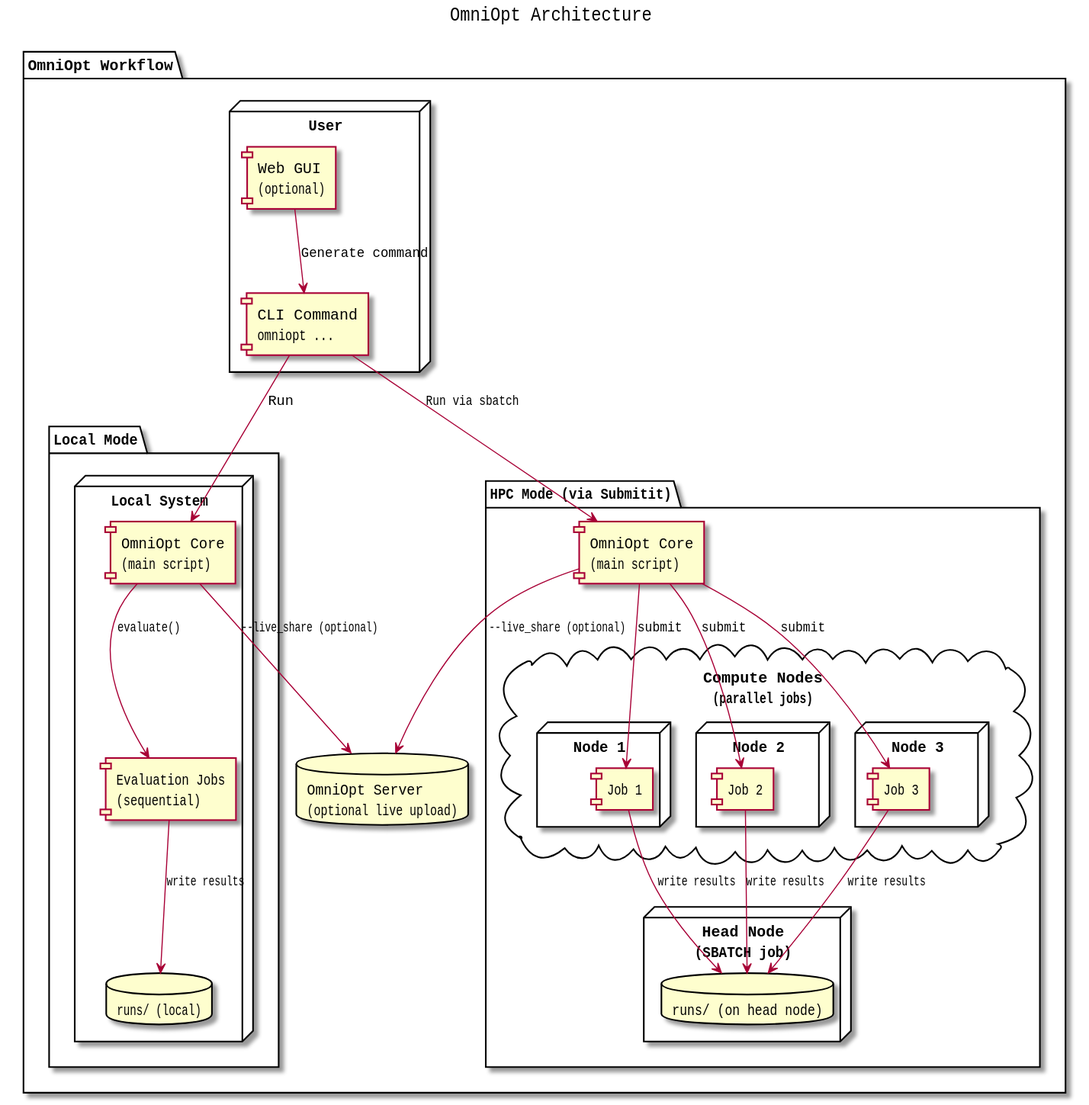
Above: .gui/documentation/architektur.svg in NormanTUD/OmniOpt (PlantUML), before the change.
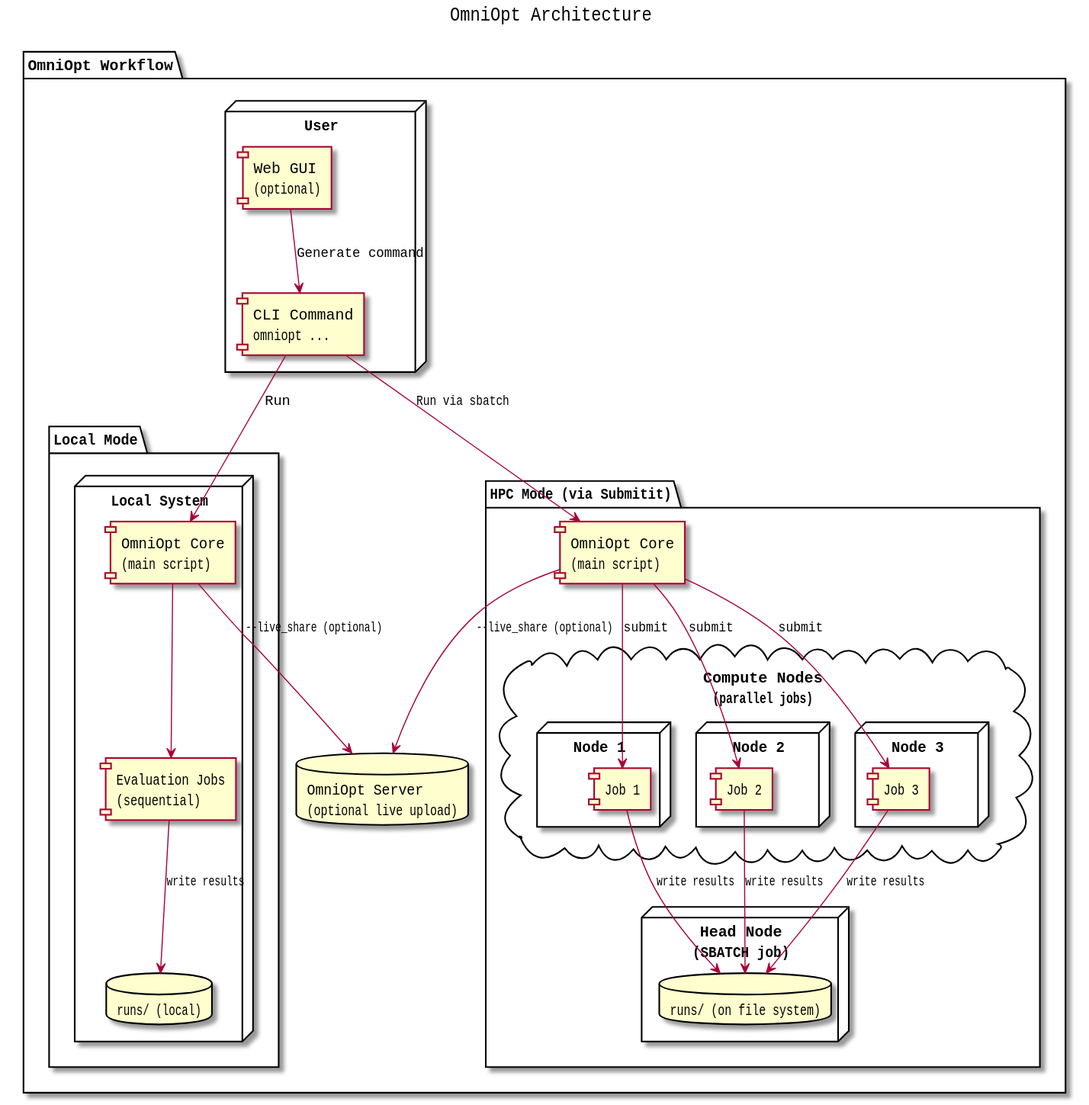
After the change.

What changed in the source:
```diff
@@ -22,7 +22,7 @@
     }
 
     CLI --> LocalCore : Run
-    LocalCore --> LocalJobs : evaluate()
+    LocalCore --> LocalJobs
     LocalJobs --> LocalRuns : write results
     LocalCore --> OmniOptServer : --live_share (optional)
   }
@@ -34,7 +34,7 @@
     CLI --> HPCMaster : Run via sbatch
 
     node "Head Node\n(SBATCH job)" {
-      database "runs/ (on head node)" as HPCRuns
+      database "runs/ (on file system)" as HPCRuns
     }
 
     cloud "Compute Nodes\n(parallel jobs)" {
```
